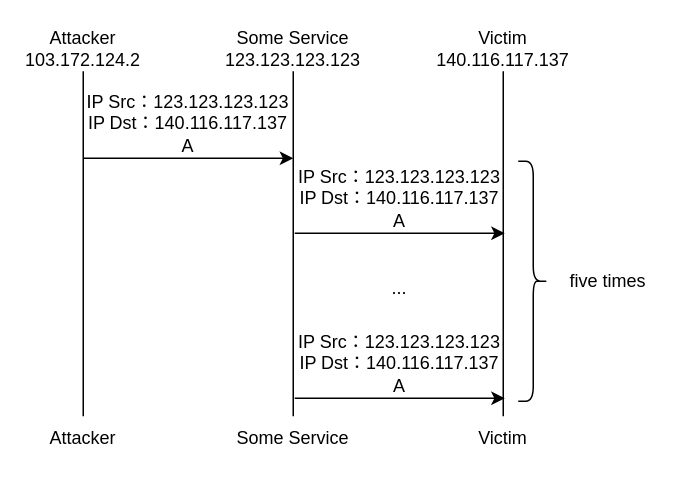
Above: NASA-graph/Security/IP spoofing2.drawio in Vincent550102/NASA-graph (draw.io), before the change. Source tidied: cells renumbered, new cells numbered last; positions are measured from the earlier drawing's top-left corner, leaving out a move shared by most shapes. Both pictures are drawn from the tidied source at 150%, with x=0, y=0 at pixel (38, 26).
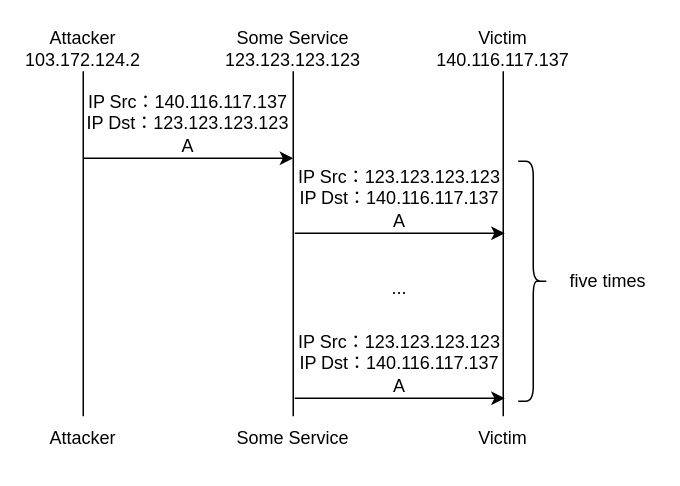
The same page after the edit.

Diff of the diagram source:
```diff
@@
-    <mxCell id="7" value="IP Src：123.123.123.123&lt;br&gt;IP Dst：140.116.117.137&lt;br&gt;A" style="text;html=1;strokeColor=none;fillColor=none;align=center;verticalAlign=middle;whiteSpace=wrap;rounded=0;" parent="1" vertex="1">
+    <mxCell id="7" value="IP Src：140.116.117.137&lt;br&gt;IP Dst：123.123.123.123&lt;br&gt;A" style="text;html=1;strokeColor=none;fillColor=none;align=center;verticalAlign=middle;whiteSpace=wrap;rounded=0;" parent="1" vertex="1">
       <mxGeometry x="22" y="50" width="156" height="30" as="geometry" />
     </mxCell>
```
